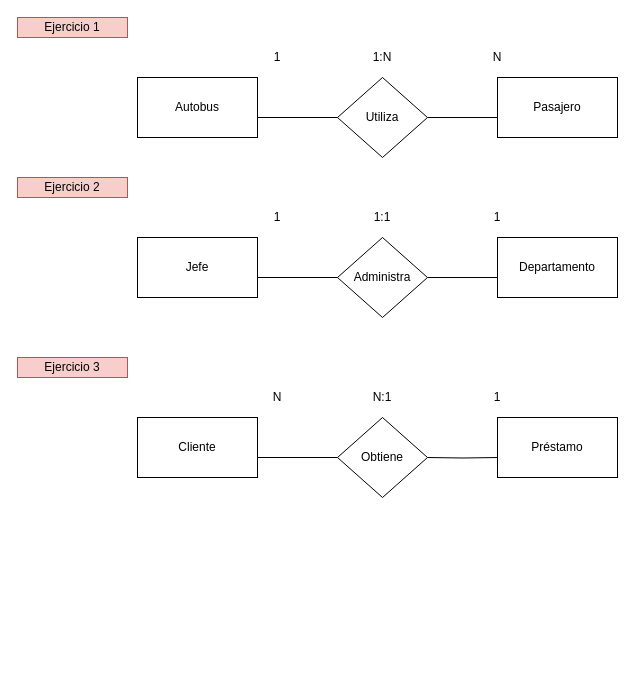
The draw.io diagram Untitled Diagram.drawio in diegomurillocorrea/DBD, before the edit. Source tidied: cells renumbered, new cells numbered last; positions are measured from the earlier drawing's top-left corner, leaving out a move shared by most shapes. Both pictures are drawn from the tidied source at 100%, with x=0, y=0 at pixel (17, 17).
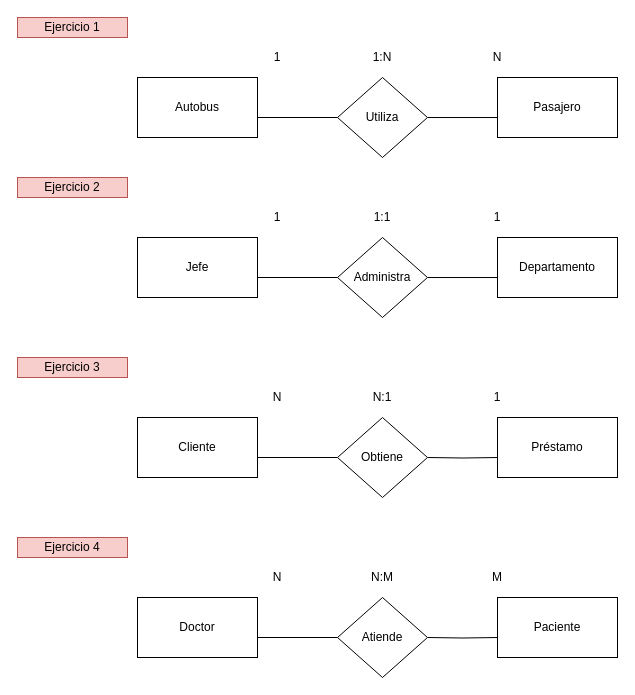
After the change.

Commit message:
Fourth Exercise

What changed in the source:
```diff
@@
+    <mxCell id="29" value="Doctor" style="rounded=0;whiteSpace=wrap;html=1;" parent="1" vertex="1">
+      <mxGeometry x="120" y="580" width="120" height="60" as="geometry" />
+    </mxCell>
+    <mxCell id="30" value="Paciente" style="rounded=0;whiteSpace=wrap;html=1;" parent="1" vertex="1">
+      <mxGeometry x="480" y="580" width="120" height="60" as="geometry" />
+    </mxCell>
+    <mxCell id="31" style="edgeStyle=orthogonalEdgeStyle;rounded=0;jettySize=auto;html=1;entryX=0;entryY=0.667;entryDx=0;entryDy=0;entryPerimeter=0;endArrow=none;endFill=0;" parent="1" edge="1" target="30">
+      <mxGeometry relative="1" as="geometry">
+        <mxPoint x="410" y="620" as="sourcePoint" />
+      </mxGeometry>
+    </mxCell>
+    <mxCell id="32" style="endArrow=none;html=1;entryX=0;entryY=0.5;entryDx=0;entryDy=0;" parent="1" edge="1">
+      <mxGeometry relative="1" as="geometry">
+        <mxPoint x="240" y="620" as="sourcePoint" />
+        <mxPoint x="320" y="620" as="targetPoint" />
+      </mxGeometry>
+    </mxCell>
+    <mxCell id="33" value="N" style="text;html=1;strokeColor=none;fillColor=none;align=center;verticalAlign=middle;whiteSpace=wrap;rounded=0;" parent="1" vertex="1">
+      <mxGeometry x="240" y="550" width="40" height="20" as="geometry" />
+    </mxCell>
+    <mxCell id="34" value="M" style="text;html=1;strokeColor=none;fillColor=none;align=center;verticalAlign=middle;whiteSpace=wrap;rounded=0;" parent="1" vertex="1">
+      <mxGeometry x="460" y="550" width="40" height="20" as="geometry" />
+    </mxCell>
+    <mxCell id="35" value="N:M" style="text;html=1;strokeColor=none;fillColor=none;align=center;verticalAlign=middle;whiteSpace=wrap;rounded=0;" parent="1" vertex="1">
+      <mxGeometry x="345" y="550" width="40" height="20" as="geometry" />
+    </mxCell>
+    <mxCell id="36" value="Ejercicio 4" style="text;html=1;strokeColor=#b85450;fillColor=#f8cecc;align=center;verticalAlign=middle;whiteSpace=wrap;rounded=0;" parent="1" vertex="1">
+      <mxGeometry y="520" width="110" height="20" as="geometry" />
+    </mxCell>
+    <mxCell id="37" value="Atiende" style="rhombus;whiteSpace=wrap;html=1;" parent="1" vertex="1">
+      <mxGeometry x="320" y="580" width="90" height="80" as="geometry" />
+    </mxCell>
```
